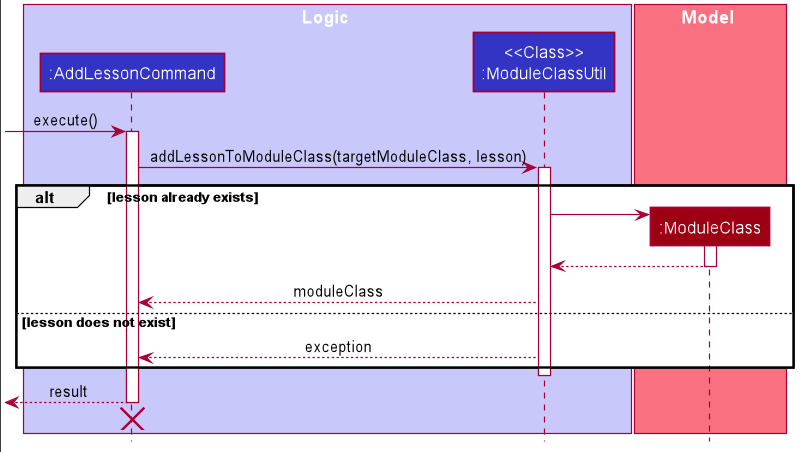
Before: docs/images/AddLessonSequenceDiagram.png, a diagram exported from PlantUML (ypinhsuan/tp). Its source is kept beside it as docs/diagrams/AddLessonSequenceDiagram.puml. Source of this version:
```plantuml
@startuml
!include style.puml

box Logic LOGIC_COLOR_T1
participant ":AddLessonCommand" as AddLessonCommand LOGIC_COLOR
participant "<<Class>>\n:ModuleClassUtil" as ModuleClassUtil LOGIC_COLOR
end box

box Model MODEL_COLOR_T1
participant ":ModuleClass" as ModuleClass MODEL_COLOR
end box

[-> AddLessonCommand : execute()
activate AddLessonCommand

AddLessonCommand -> ModuleClassUtil : addLessonToModuleClass(targetModuleClass, lesson)
activate ModuleClassUtil

alt lesson already exists
  create ModuleClass
  ModuleClassUtil -> ModuleClass
  activate ModuleClass
  ModuleClass --> ModuleClassUtil
  deactivate ModuleClass
  ModuleClassUtil --> AddLessonCommand : moduleClass

else lesson does not exist
  ModuleClassUtil --> AddLessonCommand : exception

end
deactivate ModuleClassUtil

[<-- AddLessonCommand : result
deactivate AddLessonCommand

[<-[hidden]- AddLessonCommand
destroy AddLessonCommand

@enduml
```
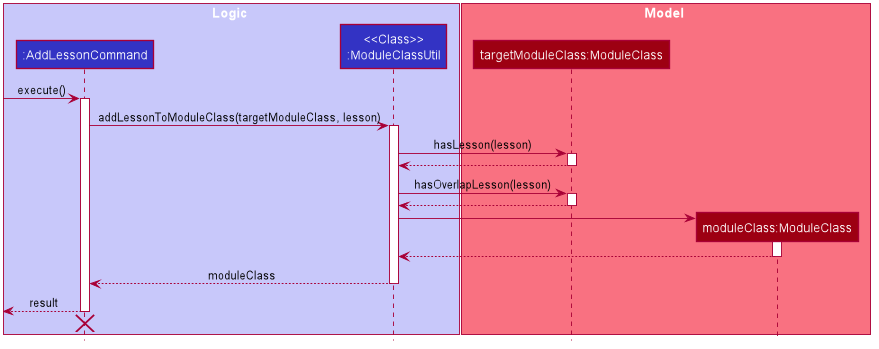
After the change.

Change to the diagram source:
```diff
@@ -7,7 +7,8 @@
 end box
 
 box Model MODEL_COLOR_T1
-participant ":ModuleClass" as ModuleClass MODEL_COLOR
+participant "targetModuleClass:ModuleClass" as ModuleClass MODEL_COLOR
+participant "moduleClass:ModuleClass" as NewModuleClass MODEL_COLOR
 end box
 
 [-> AddLessonCommand : execute()
@@ -16,18 +17,24 @@
 AddLessonCommand -> ModuleClassUtil : addLessonToModuleClass(targetModuleClass, lesson)
 activate ModuleClassUtil
 
-alt lesson already exists
-  create ModuleClass
-  ModuleClassUtil -> ModuleClass
-  activate ModuleClass
-  ModuleClass --> ModuleClassUtil
-  deactivate ModuleClass
-  ModuleClassUtil --> AddLessonCommand : moduleClass
+ModuleClassUtil -> ModuleClass : hasLesson(lesson)
+activate ModuleClass
+ModuleClass --> ModuleClassUtil
+deactivate ModuleClass
 
-else lesson does not exist
-  ModuleClassUtil --> AddLessonCommand : exception
+ModuleClassUtil -> ModuleClass : hasOverlapLesson(lesson)
+activate ModuleClass
+ModuleClass --> ModuleClassUtil
+deactivate ModuleClass
 
-end
+create NewModuleClass
+ModuleClassUtil -> NewModuleClass
+activate NewModuleClass
+NewModuleClass --> ModuleClassUtil
+deactivate NewModuleClass
+
+ModuleClassUtil --> AddLessonCommand : moduleClass
+
 deactivate ModuleClassUtil
 
 [<-- AddLessonCommand : result
```
